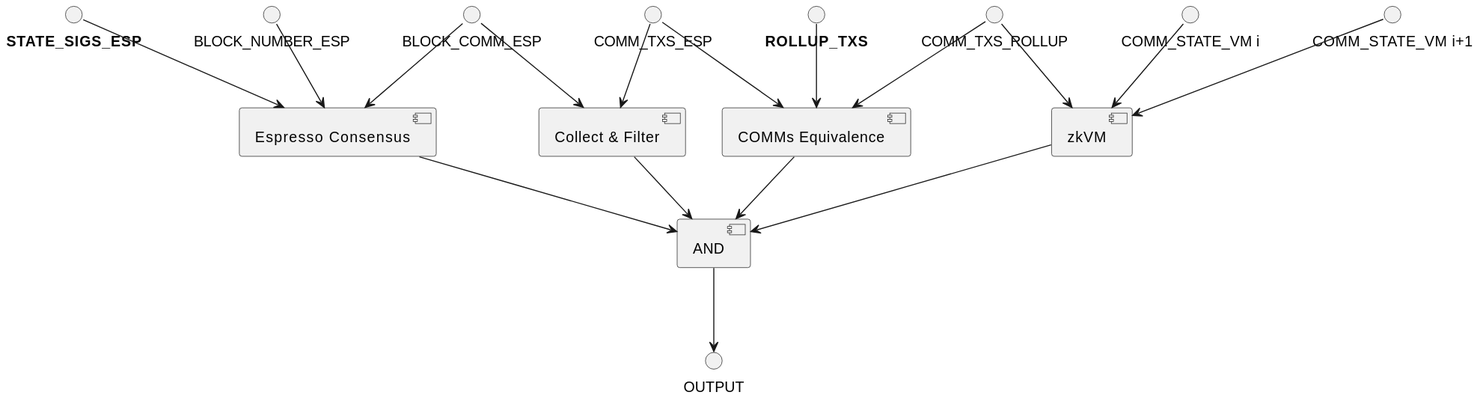
Earlier version of the PlantUML export doc/zk-rollup-circuit.svg (EspressoSystems/espresso-sequencer). Source of this version:
```plantuml
@startuml
[Espresso Consensus] as EspCons
[Collect & Filter] as CF
[COMMs Equivalence] as CE
[AND] as AND

[zkVM] as ZK
BLOCK_COMM_ESP --> EspCons
"<b>STATE_SIGS_ESP</b>" --> EspCons
BLOCK_NUMBER_ESP --> EspCons

BLOCK_COMM_ESP --> CF
"<b>ROLLUP_TXS</b>" --> CE

COMM_TXS_ROLLUP --> CE
COMM_TXS_ESP --> CE
COMM_TXS_ESP --> CF

"COMM_STATE_VM i" --> ZK
"COMM_STATE_VM i+1" --> ZK
COMM_TXS_ROLLUP --> ZK

EspCons -> AND
ZK --> AND
CE --> AND
CF --> AND

AND --> OUTPUT
@enduml
```
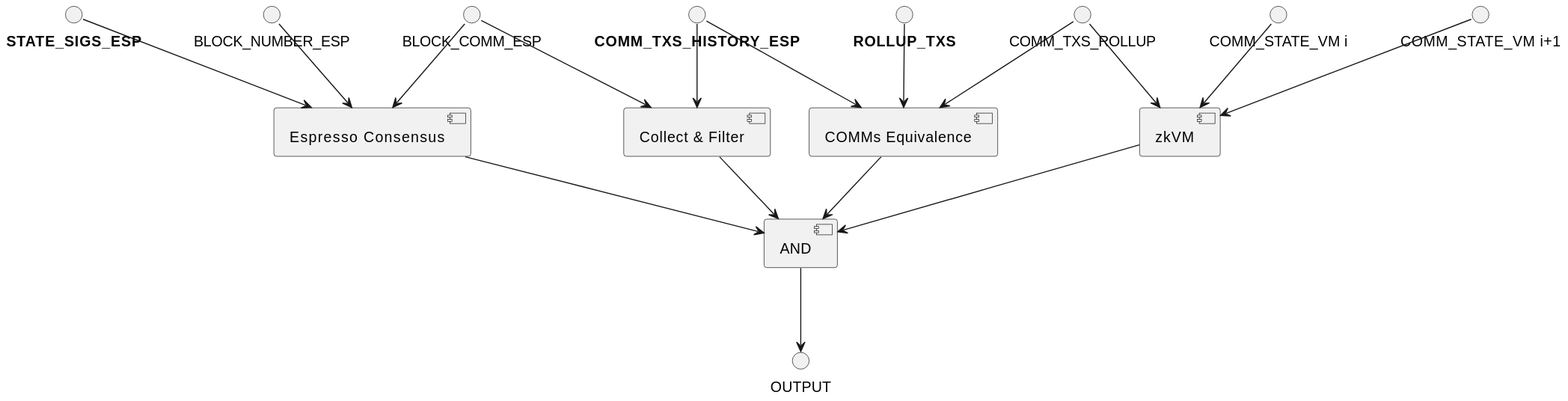
The same diagram one commit later.

What changed in the source:
```diff
@@ -13,8 +13,8 @@
 "<b>ROLLUP_TXS</b>" --> CE
 
 COMM_TXS_ROLLUP --> CE
-COMM_TXS_ESP --> CE
-COMM_TXS_ESP --> CF
+"<b>COMM_TXS_HISTORY_ESP</b>" --> CE
+"<b>COMM_TXS_HISTORY_ESP</b>" --> CF
 
 "COMM_STATE_VM i" --> ZK
 "COMM_STATE_VM i+1" --> ZK
```
